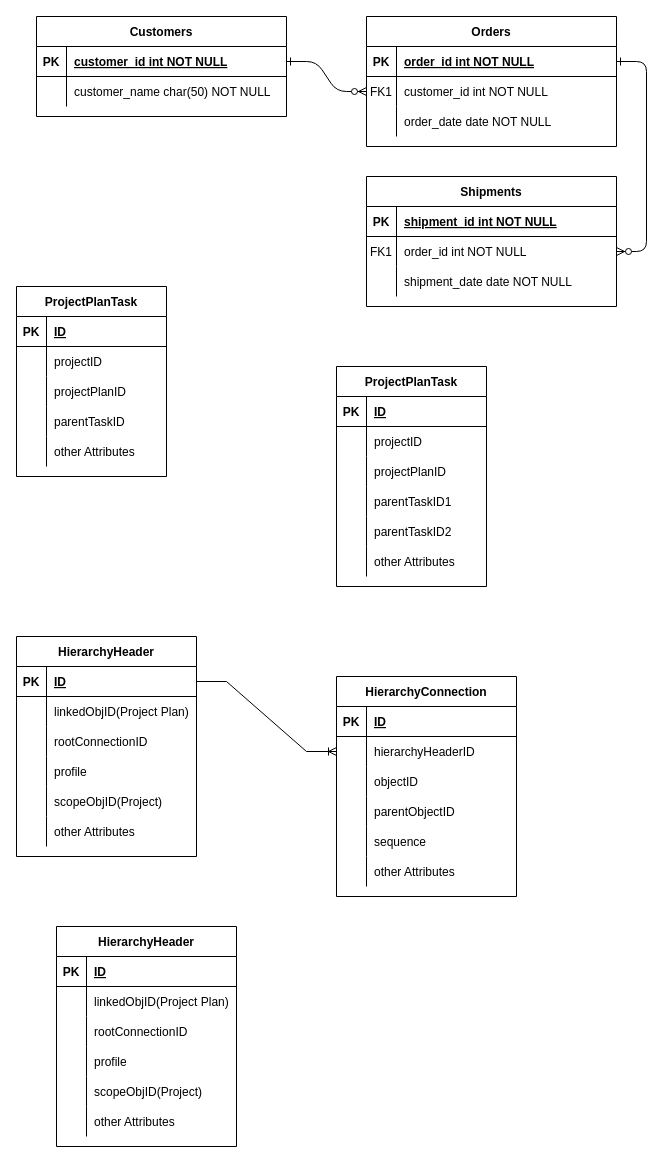
Before: EntityDiagram.drawio in I302201/CPAPP, a draw.io diagram. Source tidied: cells renumbered, new cells numbered last; positions are measured from the earlier drawing's top-left corner, leaving out a move shared by most shapes. Both pictures are drawn from the tidied source at 100%, with x=0, y=0 at pixel (16, 16).
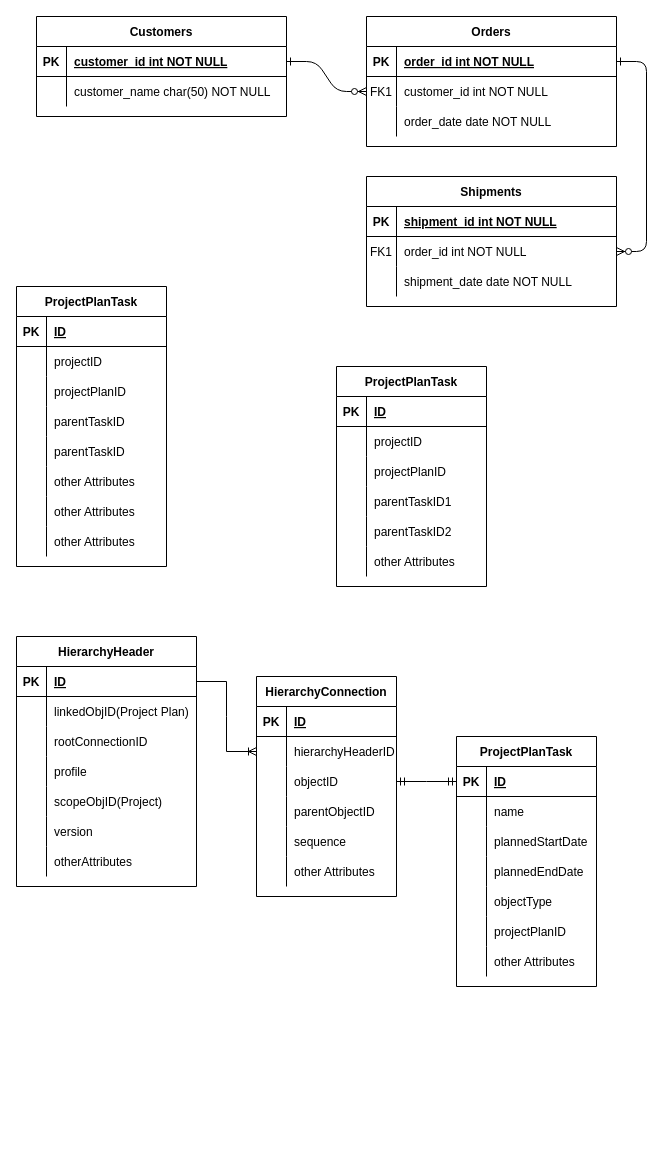
Above is the later version.

What changed in the source:
```diff
@@
     <mxCell id="31" value="ProjectPlanTask" style="shape=table;startSize=30;childLayout=tableLayout;rowLines=0;fontStyle=1;align=center;" parent="1" vertex="1">
-      <mxGeometry y="270" width="150" height="190" as="geometry" />
+      <mxGeometry y="270" width="150" height="280" as="geometry" />
     </mxCell>
@@
+    <mxCell id="124" style="shape=partialRectangle;fillColor=none;top=0;left=0;right=0;bottom=0;" parent="31" vertex="1">
+      <mxGeometry y="150" width="150" height="30" as="geometry" />
+    </mxCell>
+    <mxCell id="125" style="shape=partialRectangle;overflow=hidden;fillColor=none;top=0;left=0;bottom=0;right=0;" parent="124" vertex="1">
+      <mxGeometry width="30" height="30" as="geometry" />
+    </mxCell>
+    <mxCell id="126" value="parentTaskID" style="shape=partialRectangle;overflow=hidden;fillColor=none;top=0;left=0;bottom=0;right=0;align=left;spacingLeft=6;" parent="124" vertex="1">
+      <mxGeometry x="30" width="120" height="30" as="geometry" />
+    </mxCell>
     <mxCell id="44" style="shape=partialRectangle;fillColor=none;top=0;left=0;right=0;bottom=0;" parent="31" vertex="1">
-      <mxGeometry y="150" width="150" height="30" as="geometry" />
+      <mxGeometry y="180" width="150" height="30" as="geometry" />
     </mxCell>
@@
+    <mxCell id="127" style="shape=partialRectangle;fillColor=none;top=0;left=0;right=0;bottom=0;" parent="31" vertex="1">
+      <mxGeometry y="210" width="150" height="30" as="geometry" />
+    </mxCell>
+    <mxCell id="128" style="shape=partialRectangle;overflow=hidden;fillColor=none;top=0;left=0;bottom=0;right=0;" parent="127" vertex="1">
+      <mxGeometry width="30" height="30" as="geometry" />
+    </mxCell>
+    <mxCell id="129" value="other Attributes" style="shape=partialRectangle;overflow=hidden;fillColor=none;top=0;left=0;bottom=0;right=0;align=left;spacingLeft=6;" parent="127" vertex="1">
+      <mxGeometry x="30" width="120" height="30" as="geometry" />
+    </mxCell>
+    <mxCell id="130" style="shape=partialRectangle;fillColor=none;top=0;left=0;right=0;bottom=0;" parent="31" vertex="1">
+      <mxGeometry y="240" width="150" height="30" as="geometry" />
+    </mxCell>
+    <mxCell id="131" style="shape=partialRectangle;overflow=hidden;fillColor=none;top=0;left=0;bottom=0;right=0;" parent="130" vertex="1">
+      <mxGeometry width="30" height="30" as="geometry" />
+    </mxCell>
+    <mxCell id="132" value="other Attributes" style="shape=partialRectangle;overflow=hidden;fillColor=none;top=0;left=0;bottom=0;right=0;align=left;spacingLeft=6;" parent="130" vertex="1">
+      <mxGeometry x="30" width="120" height="30" as="geometry" />
+    </mxCell>
@@
     <mxCell id="66" value="HierarchyHeader" style="shape=table;startSize=30;childLayout=tableLayout;rowLines=0;fontStyle=1;align=center;" parent="1" vertex="1">
-      <mxGeometry y="620" width="180" height="220" as="geometry" />
+      <mxGeometry y="620" width="180" height="250" as="geometry" />
     </mxCell>
@@
+    <mxCell id="133" style="shape=partialRectangle;fillColor=none;top=0;left=0;right=0;bottom=0;" parent="66" vertex="1">
+      <mxGeometry y="180" width="180" height="30" as="geometry" />
+    </mxCell>
+    <mxCell id="134" style="shape=partialRectangle;overflow=hidden;fillColor=none;top=0;left=0;bottom=0;right=0;" parent="133" vertex="1">
+      <mxGeometry width="30" height="30" as="geometry" />
+    </mxCell>
+    <mxCell id="135" value="version" style="shape=partialRectangle;overflow=hidden;fillColor=none;top=0;left=0;bottom=0;right=0;align=left;spacingLeft=6;" parent="133" vertex="1">
+      <mxGeometry x="30" width="150" height="30" as="geometry" />
+    </mxCell>
     <mxCell id="82" style="shape=partialRectangle;fillColor=none;top=0;left=0;right=0;bottom=0;" parent="66" vertex="1">
-      <mxGeometry y="180" width="180" height="30" as="geometry" />
+      <mxGeometry y="210" width="180" height="30" as="geometry" />
     </mxCell>
@@
-    <mxCell id="84" value="other Attributes" style="shape=partialRectangle;overflow=hidden;fillColor=none;top=0;left=0;bottom=0;right=0;align=left;spacingLeft=6;" parent="82" vertex="1">
+    <mxCell id="84" value="otherAttributes" style="shape=partialRectangle;overflow=hidden;fillColor=none;top=0;left=0;bottom=0;right=0;align=left;spacingLeft=6;" parent="82" vertex="1">
       <mxGeometry x="30" width="150" height="30" as="geometry" />
     </mxCell>
     <mxCell id="85" value="HierarchyConnection" style="shape=table;startSize=30;childLayout=tableLayout;rowLines=0;fontStyle=1;align=center;" parent="1" vertex="1">
-      <mxGeometry x="320" y="660" width="180" height="220" as="geometry" />
+      <mxGeometry x="240" y="660" width="140" height="220" as="geometry" />
     </mxCell>
     <mxCell id="86" style="shape=partialRectangle;fillColor=none;top=0;left=0;right=0;bottom=1;" parent="85" vertex="1">
-      <mxGeometry y="30" width="180" height="30" as="geometry" />
+      <mxGeometry y="30" width="140" height="30" as="geometry" />
     </mxCell>
@@
     <mxCell id="88" value="ID" style="shape=partialRectangle;overflow=hidden;fillColor=none;top=0;left=0;bottom=0;right=0;align=left;spacingLeft=6;fontStyle=5;" parent="86" vertex="1">
-      <mxGeometry x="30" width="150" height="30" as="geometry" />
+      <mxGeometry x="30" width="110" height="30" as="geometry" />
     </mxCell>
     <mxCell id="89" style="shape=partialRectangle;fillColor=none;points=[[0,0.5],[1,0.5]];portConstraint=eastwest;top=0;left=0;right=0;bottom=0;" parent="85" vertex="1">
-      <mxGeometry y="60" width="180" height="30" as="geometry" />
+      <mxGeometry y="60" width="140" height="30" as="geometry" />
     </mxCell>
@@
     <mxCell id="91" value="hierarchyHeaderID" style="shape=partialRectangle;overflow=hidden;fillColor=none;top=0;left=0;bottom=0;right=0;align=left;spacingLeft=6;" parent="89" vertex="1">
-      <mxGeometry x="30" width="150" height="30" as="geometry" />
+      <mxGeometry x="30" width="110" height="30" as="geometry" />
     </mxCell>
     <mxCell id="92" style="shape=partialRectangle;fillColor=none;points=[[0,0.5],[1,0.5]];portConstraint=eastwest;top=0;left=0;right=0;bottom=0;" parent="85" vertex="1">
-      <mxGeometry y="90" width="180" height="30" as="geometry" />
+      <mxGeometry y="90" width="140" height="30" as="geometry" />
     </mxCell>
@@
     <mxCell id="94" value="objectID" style="shape=partialRectangle;overflow=hidden;fillColor=none;top=0;left=0;bottom=0;right=0;align=left;spacingLeft=6;" parent="92" vertex="1">
-      <mxGeometry x="30" width="150" height="30" as="geometry" />
+      <mxGeometry x="30" width="110" height="30" as="geometry" />
     </mxCell>
     <mxCell id="95" style="shape=partialRectangle;fillColor=none;top=0;left=0;right=0;bottom=0;" parent="85" vertex="1">
-      <mxGeometry y="120" width="180" height="30" as="geometry" />
+      <mxGeometry y="120" width="140" height="30" as="geometry" />
     </mxCell>
@@
     <mxCell id="97" value="parentObjectID" style="shape=partialRectangle;overflow=hidden;fillColor=none;top=0;left=0;bottom=0;right=0;align=left;spacingLeft=6;" parent="95" vertex="1">
-      <mxGeometry x="30" width="150" height="30" as="geometry" />
+      <mxGeometry x="30" width="110" height="30" as="geometry" />
     </mxCell>
     <mxCell id="98" style="shape=partialRectangle;fillColor=none;top=0;left=0;right=0;bottom=0;" parent="85" vertex="1">
-      <mxGeometry y="150" width="180" height="30" as="geometry" />
+      <mxGeometry y="150" width="140" height="30" as="geometry" />
     </mxCell>
@@
     <mxCell id="100" value="sequence" style="shape=partialRectangle;overflow=hidden;fillColor=none;top=0;left=0;bottom=0;right=0;align=left;spacingLeft=6;" parent="98" vertex="1">
-      <mxGeometry x="30" width="150" height="30" as="geometry" />
+      <mxGeometry x="30" width="110" height="30" as="geometry" />
     </mxCell>
     <mxCell id="101" style="shape=partialRectangle;fillColor=none;top=0;left=0;right=0;bottom=0;" parent="85" vertex="1">
-      <mxGeometry y="180" width="180" height="30" as="geometry" />
+      <mxGeometry y="180" width="140" height="30" as="geometry" />
     </mxCell>
@@
     <mxCell id="103" value="other Attributes" style="shape=partialRectangle;overflow=hidden;fillColor=none;top=0;left=0;bottom=0;right=0;align=left;spacingLeft=6;" parent="101" vertex="1">
-      <mxGeometry x="30" width="150" height="30" as="geometry" />
+      <mxGeometry x="30" width="110" height="30" as="geometry" />
     </mxCell>
@@
-    <mxCell id="105" value="HierarchyHeader" style="shape=table;startSize=30;childLayout=tableLayout;rowLines=0;fontStyle=1;align=center;" parent="1" vertex="1">
-      <mxGeometry x="40" y="910" width="180" height="220" as="geometry" />
+    <mxCell id="105" value="ProjectPlanTask" style="shape=table;startSize=30;childLayout=tableLayout;rowLines=0;fontStyle=1;align=center;" parent="1" vertex="1">
+      <mxGeometry x="440" y="720" width="140" height="250" as="geometry" />
     </mxCell>
     <mxCell id="106" style="shape=partialRectangle;fillColor=none;points=[[0,0.5],[1,0.5]];portConstraint=eastwest;top=0;left=0;right=0;bottom=1;" parent="105" vertex="1">
-      <mxGeometry y="30" width="180" height="30" as="geometry" />
+      <mxGeometry y="30" width="140" height="30" as="geometry" />
     </mxCell>
@@
     <mxCell id="108" value="ID" style="shape=partialRectangle;overflow=hidden;fillColor=none;top=0;left=0;bottom=0;right=0;align=left;spacingLeft=6;fontStyle=5;" parent="106" vertex="1">
-      <mxGeometry x="30" width="150" height="30" as="geometry" />
+      <mxGeometry x="30" width="110" height="30" as="geometry" />
     </mxCell>
     <mxCell id="109" style="shape=partialRectangle;fillColor=none;top=0;left=0;right=0;bottom=0;" parent="105" vertex="1">
-      <mxGeometry y="60" width="180" height="30" as="geometry" />
+      <mxGeometry y="60" width="140" height="30" as="geometry" />
     </mxCell>
@@
-    <mxCell id="111" value="linkedObjID(Project Plan)" style="shape=partialRectangle;overflow=hidden;fillColor=none;top=0;left=0;bottom=0;right=0;align=left;spacingLeft=6;" parent="109" vertex="1">
-      <mxGeometry x="30" width="150" height="30" as="geometry" />
+    <mxCell id="111" value="name" style="shape=partialRectangle;overflow=hidden;fillColor=none;top=0;left=0;bottom=0;right=0;align=left;spacingLeft=6;" parent="109" vertex="1">
+      <mxGeometry x="30" width="110" height="30" as="geometry" />
     </mxCell>
     <mxCell id="112" style="shape=partialRectangle;fillColor=none;top=0;left=0;right=0;bottom=0;" parent="105" vertex="1">
-      <mxGeometry y="90" width="180" height="30" as="geometry" />
+      <mxGeometry y="90" width="140" height="30" as="geometry" />
     </mxCell>
@@
-    <mxCell id="114" value="rootConnectionID" style="shape=partialRectangle;overflow=hidden;fillColor=none;top=0;left=0;bottom=0;right=0;align=left;spacingLeft=6;" parent="112" vertex="1">
-      <mxGeometry x="30" width="150" height="30" as="geometry" />
+    <mxCell id="114" value="plannedStartDate" style="shape=partialRectangle;overflow=hidden;fillColor=none;top=0;left=0;bottom=0;right=0;align=left;spacingLeft=6;" parent="112" vertex="1">
+      <mxGeometry x="30" width="110" height="30" as="geometry" />
     </mxCell>
     <mxCell id="115" style="shape=partialRectangle;fillColor=none;top=0;left=0;right=0;bottom=0;" parent="105" vertex="1">
-      <mxGeometry y="120" width="180" height="30" as="geometry" />
+      <mxGeometry y="120" width="140" height="30" as="geometry" />
     </mxCell>
@@
-    <mxCell id="117" value="profile" style="shape=partialRectangle;overflow=hidden;fillColor=none;top=0;left=0;bottom=0;right=0;align=left;spacingLeft=6;" parent="115" vertex="1">
-      <mxGeometry x="30" width="150" height="30" as="geometry" />
+    <mxCell id="117" value="plannedEndDate" style="shape=partialRectangle;overflow=hidden;fillColor=none;top=0;left=0;bottom=0;right=0;align=left;spacingLeft=6;" parent="115" vertex="1">
+      <mxGeometry x="30" width="110" height="30" as="geometry" />
     </mxCell>
     <mxCell id="118" style="shape=partialRectangle;fillColor=none;top=0;left=0;right=0;bottom=0;" parent="105" vertex="1">
-      <mxGeometry y="150" width="180" height="30" as="geometry" />
+      <mxGeometry y="150" width="140" height="30" as="geometry" />
     </mxCell>
@@
-    <mxCell id="120" value="scopeObjID(Project)" style="shape=partialRectangle;overflow=hidden;fillColor=none;top=0;left=0;bottom=0;right=0;align=left;spacingLeft=6;" parent="118" vertex="1">
-      <mxGeometry x="30" width="150" height="30" as="geometry" />
+    <mxCell id="120" value="objectType" style="shape=partialRectangle;overflow=hidden;fillColor=none;top=0;left=0;bottom=0;right=0;align=left;spacingLeft=6;" parent="118" vertex="1">
+      <mxGeometry x="30" width="110" height="30" as="geometry" />
     </mxCell>
     <mxCell id="121" style="shape=partialRectangle;fillColor=none;top=0;left=0;right=0;bottom=0;" parent="105" vertex="1">
-      <mxGeometry y="180" width="180" height="30" as="geometry" />
+      <mxGeometry y="180" width="140" height="30" as="geometry" />
     </mxCell>
@@
-    <mxCell id="123" value="other Attributes" style="shape=partialRectangle;overflow=hidden;fillColor=none;top=0;left=0;bottom=0;right=0;align=left;spacingLeft=6;" parent="121" vertex="1">
-      <mxGeometry x="30" width="150" height="30" as="geometry" />
+    <mxCell id="123" value="projectPlanID" style="shape=partialRectangle;overflow=hidden;fillColor=none;top=0;left=0;bottom=0;right=0;align=left;spacingLeft=6;" parent="121" vertex="1">
+      <mxGeometry x="30" width="110" height="30" as="geometry" />
     </mxCell>
+    <mxCell id="136" style="shape=partialRectangle;fillColor=none;top=0;left=0;right=0;bottom=0;" parent="105" vertex="1">
+      <mxGeometry y="210" width="140" height="30" as="geometry" />
+    </mxCell>
+    <mxCell id="137" style="shape=partialRectangle;overflow=hidden;fillColor=none;top=0;left=0;bottom=0;right=0;" parent="136" vertex="1">
+      <mxGeometry width="30" height="30" as="geometry" />
+    </mxCell>
+    <mxCell id="138" value="other Attributes" style="shape=partialRectangle;overflow=hidden;fillColor=none;top=0;left=0;bottom=0;right=0;align=left;spacingLeft=6;" parent="136" vertex="1">
+      <mxGeometry x="30" width="110" height="30" as="geometry" />
+    </mxCell>
+    <mxCell id="139" style="edgeStyle=entityRelationEdgeStyle;fontSize=12;html=1;endArrow=ERmandOne;startArrow=ERmandOne;rounded=0;entryX=0;entryY=0.5;entryDx=0;entryDy=0;exitX=1;exitY=0.5;exitDx=0;exitDy=0;" parent="1" edge="1" source="92" target="106">
+      <mxGeometry relative="1" as="geometry" />
+    </mxCell>
```
